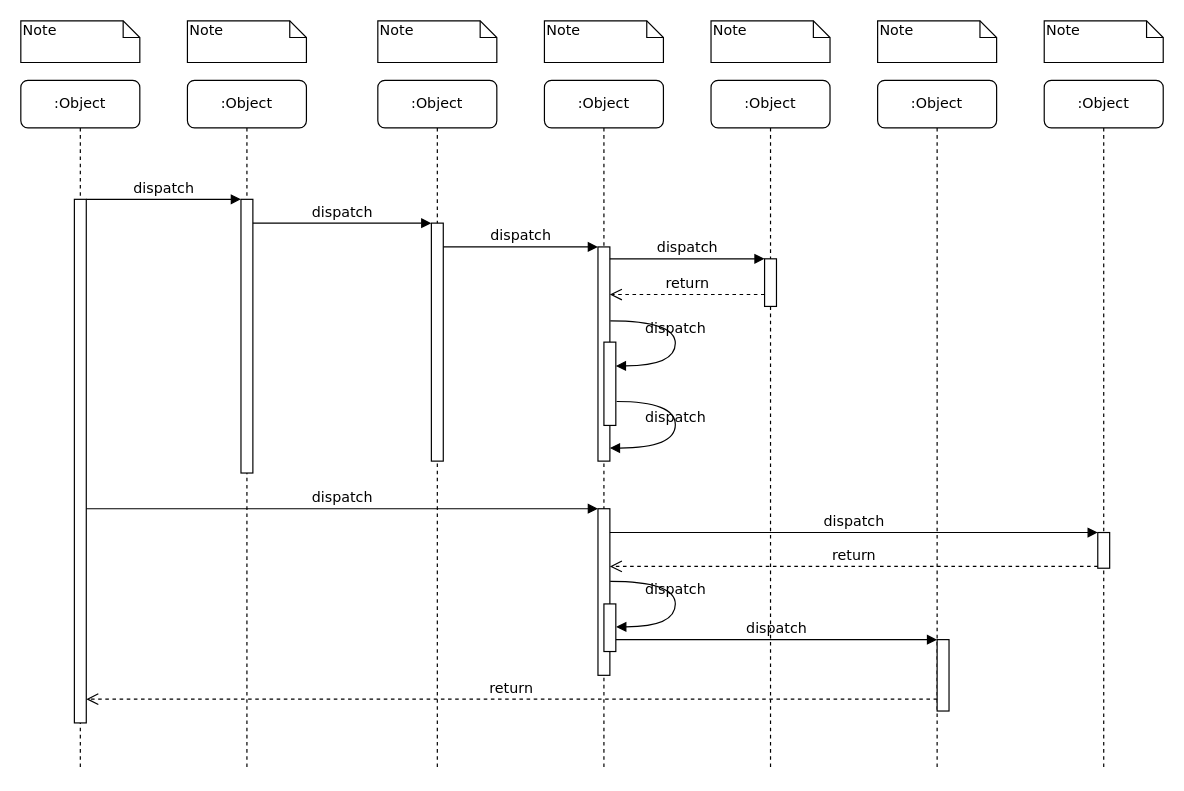
Jonty1997/personal_sources keeps this draw.io diagram as IM图片序列图.drawio. Above is the earlier version. Source tidied: cells renumbered, new cells numbered last; positions are measured from the earlier drawing's top-left corner, leaving out a move shared by most shapes. Both pictures are drawn from the tidied source at 119%, with x=0, y=0 at pixel (20, 20).
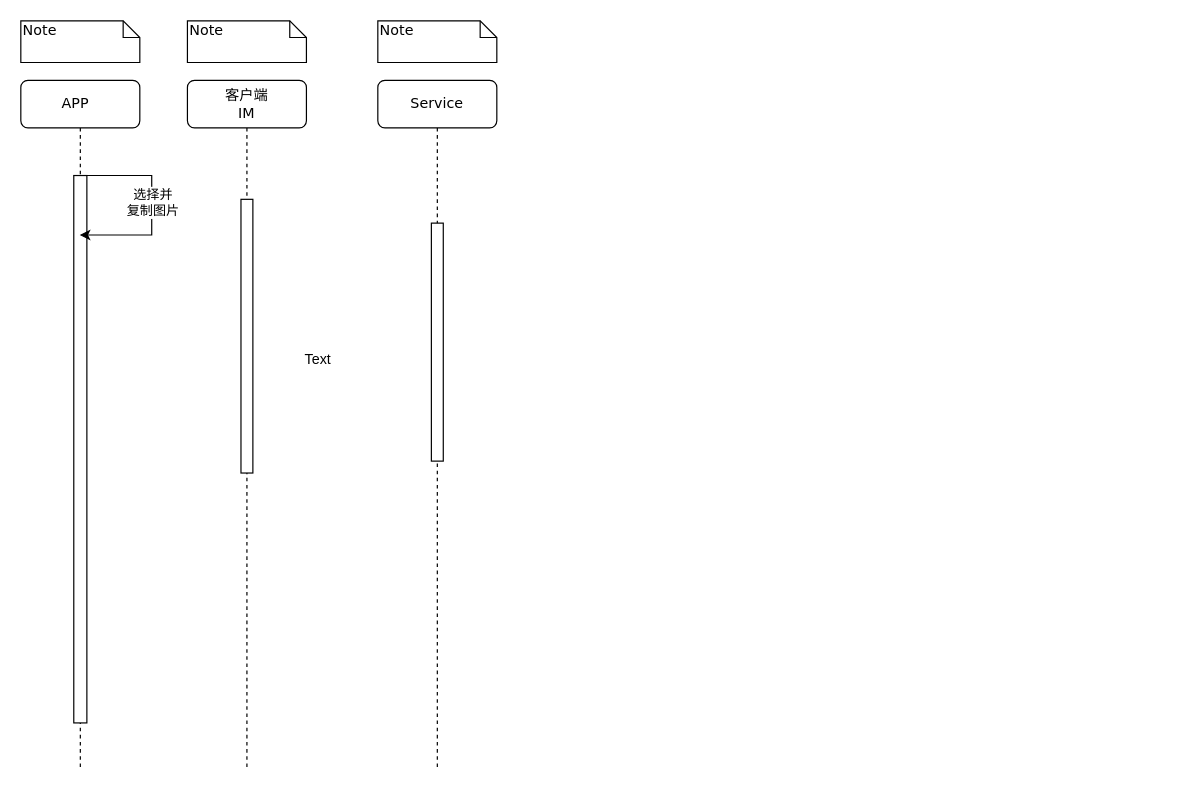
After the change.

Commit message:
更新IM图片序列图.drawio

Unchanged cells that the change refers to:
```xml
<mxCell id="3" style="html=1;points=[];perimeter=orthogonalPerimeter;rounded=0;shadow=0;comic=0;labelBackgroundColor=none;strokeWidth=1;fontFamily=Verdana;fontSize=12;align=center;" parent="2" vertex="1">
  <mxGeometry x="45" y="100" width="10" height="230" as="geometry" />
</mxCell>
<mxCell id="5" style="html=1;points=[];perimeter=orthogonalPerimeter;rounded=0;shadow=0;comic=0;labelBackgroundColor=none;strokeWidth=1;fontFamily=Verdana;fontSize=12;align=center;" parent="4" vertex="1">
  <mxGeometry x="45" y="120" width="10" height="200" as="geometry" />
</mxCell>
```

Diff of the diagram source:
```diff
@@
-    <mxCell id="2" value=":Object" style="shape=umlLifeline;perimeter=lifelinePerimeter;whiteSpace=wrap;html=1;rounded=1;shadow=0;comic=0;labelBackgroundColor=none;strokeWidth=1;fontFamily=Verdana;fontSize=12;align=center;" parent="1" vertex="1">
+    <mxCell id="2" value="客户端&lt;br&gt;IM" style="shape=umlLifeline;perimeter=lifelinePerimeter;whiteSpace=wrap;html=1;rounded=1;shadow=0;comic=0;labelBackgroundColor=none;strokeWidth=1;fontFamily=Verdana;fontSize=12;align=center;" parent="1" vertex="1">
       <mxGeometry x="140" y="50" width="100" height="580" as="geometry" />
     </mxCell>
@@
-    <mxCell id="4" value=":Object" style="shape=umlLifeline;perimeter=lifelinePerimeter;whiteSpace=wrap;html=1;rounded=1;shadow=0;comic=0;labelBackgroundColor=none;strokeWidth=1;fontFamily=Verdana;fontSize=12;align=center;" parent="1" vertex="1">
+    <mxCell id="4" value="Service" style="shape=umlLifeline;perimeter=lifelinePerimeter;whiteSpace=wrap;html=1;rounded=1;shadow=0;comic=0;labelBackgroundColor=none;strokeWidth=1;fontFamily=Verdana;fontSize=12;align=center;" parent="1" vertex="1">
       <mxGeometry x="300" y="50" width="100" height="580" as="geometry" />
     </mxCell>
@@
-    <mxCell id="6" value=":Object" style="shape=umlLifeline;perimeter=lifelinePerimeter;whiteSpace=wrap;html=1;rounded=1;shadow=0;comic=0;labelBackgroundColor=none;strokeWidth=1;fontFamily=Verdana;fontSize=12;align=center;" parent="1" vertex="1">
-      <mxGeometry x="440" y="50" width="100" height="580" as="geometry" />
-    </mxCell>
-    <mxCell id="7" value=":Object" style="shape=umlLifeline;perimeter=lifelinePerimeter;whiteSpace=wrap;html=1;rounded=1;shadow=0;comic=0;labelBackgroundColor=none;strokeWidth=1;fontFamily=Verdana;fontSize=12;align=center;" parent="1" vertex="1">
-      <mxGeometry x="580" y="50" width="100" height="580" as="geometry" />
-    </mxCell>
-    <mxCell id="8" value=":Object" style="shape=umlLifeline;perimeter=lifelinePerimeter;whiteSpace=wrap;html=1;rounded=1;shadow=0;comic=0;labelBackgroundColor=none;strokeWidth=1;fontFamily=Verdana;fontSize=12;align=center;" parent="1" vertex="1">
-      <mxGeometry x="720" y="50" width="100" height="580" as="geometry" />
-    </mxCell>
-    <mxCell id="9" value=":Object" style="shape=umlLifeline;perimeter=lifelinePerimeter;whiteSpace=wrap;html=1;rounded=1;shadow=0;comic=0;labelBackgroundColor=none;strokeWidth=1;fontFamily=Verdana;fontSize=12;align=center;" parent="1" vertex="1">
-      <mxGeometry x="860" y="50" width="100" height="580" as="geometry" />
-    </mxCell>
-    <mxCell id="10" value=":Object" style="shape=umlLifeline;perimeter=lifelinePerimeter;whiteSpace=wrap;html=1;outlineConnect=0;rounded=1;shadow=0;comic=0;labelBackgroundColor=none;strokeWidth=1;fontFamily=Verdana;fontSize=12;align=center;" parent="1" vertex="1">
+    <mxCell id="10" value="APP&lt;span style=&quot;white-space: pre;&quot;&gt;&#9;&lt;/span&gt;" style="shape=umlLifeline;perimeter=lifelinePerimeter;whiteSpace=wrap;html=1;outlineConnect=0;rounded=1;shadow=0;comic=0;labelBackgroundColor=none;strokeWidth=1;fontFamily=Verdana;fontSize=12;align=center;" parent="1" vertex="1">
       <mxGeometry y="50" width="100" height="580" as="geometry" />
     </mxCell>
     <mxCell id="11" style="html=1;points=[];perimeter=orthogonalPerimeter;rounded=0;shadow=0;comic=0;labelBackgroundColor=none;strokeWidth=1;fontFamily=Verdana;fontSize=12;align=center;" parent="10" vertex="1">
-      <mxGeometry x="45" y="100" width="10" height="440" as="geometry" />
+      <mxGeometry x="44.5" y="80" width="11" height="460" as="geometry" />
     </mxCell>
-    <mxCell id="12" style="html=1;points=[];perimeter=orthogonalPerimeter;rounded=0;shadow=0;comic=0;labelBackgroundColor=none;strokeWidth=1;fontFamily=Verdana;fontSize=12;align=center;" parent="1" vertex="1">
-      <mxGeometry x="485" y="190" width="10" height="180" as="geometry" />
-    </mxCell>
-    <mxCell id="13" value="dispatch" style="html=1;verticalAlign=bottom;endArrow=block;labelBackgroundColor=none;fontFamily=Verdana;fontSize=12;edgeStyle=elbowEdgeStyle;elbow=vertical;" parent="1" edge="1" source="5" target="12">
-      <mxGeometry relative="1" as="geometry">
-        <Array as="points">
-          <mxPoint x="360" y="190" />
-        </Array>
-      </mxGeometry>
-    </mxCell>
-    <mxCell id="14" style="html=1;points=[];perimeter=orthogonalPerimeter;rounded=0;shadow=0;comic=0;labelBackgroundColor=none;strokeWidth=1;fontFamily=Verdana;fontSize=12;align=center;" parent="1" vertex="1">
-      <mxGeometry x="625" y="200" width="10" height="40" as="geometry" />
-    </mxCell>
-    <mxCell id="15" value="dispatch" style="html=1;verticalAlign=bottom;endArrow=block;entryX=0;entryY=0;labelBackgroundColor=none;fontFamily=Verdana;fontSize=12;edgeStyle=elbowEdgeStyle;elbow=vertical;" parent="1" edge="1" source="12" target="14">
-      <mxGeometry relative="1" as="geometry" />
-    </mxCell>
-    <mxCell id="16" value="return" style="html=1;verticalAlign=bottom;endArrow=open;dashed=1;endSize=8;labelBackgroundColor=none;fontFamily=Verdana;fontSize=12;edgeStyle=elbowEdgeStyle;elbow=vertical;" parent="1" edge="1" source="14" target="12">
-      <mxGeometry relative="1" as="geometry">
-        <Array as="points">
-          <mxPoint x="570" y="230" />
-          <mxPoint x="600" y="230" />
-        </Array>
-      </mxGeometry>
-    </mxCell>
-    <mxCell id="17" style="html=1;points=[];perimeter=orthogonalPerimeter;rounded=0;shadow=0;comic=0;labelBackgroundColor=none;strokeWidth=1;fontFamily=Verdana;fontSize=12;align=center;" parent="1" vertex="1">
-      <mxGeometry x="485" y="410" width="10" height="140" as="geometry" />
-    </mxCell>
-    <mxCell id="18" value="dispatch" style="html=1;verticalAlign=bottom;endArrow=block;entryX=0;entryY=0;labelBackgroundColor=none;fontFamily=Verdana;fontSize=12;" parent="1" edge="1" source="11" target="17">
-      <mxGeometry relative="1" as="geometry" />
-    </mxCell>
-    <mxCell id="19" style="html=1;points=[];perimeter=orthogonalPerimeter;rounded=0;shadow=0;comic=0;labelBackgroundColor=none;strokeColor=#000000;strokeWidth=1;fillColor=#FFFFFF;fontFamily=Verdana;fontSize=12;fontColor=#000000;align=center;" parent="1" vertex="1">
-      <mxGeometry x="905" y="430" width="10" height="30" as="geometry" />
-    </mxCell>
-    <mxCell id="20" value="dispatch" style="html=1;verticalAlign=bottom;endArrow=block;entryX=0;entryY=0;labelBackgroundColor=none;fontFamily=Verdana;fontSize=12;" parent="1" edge="1" source="17" target="19">
-      <mxGeometry relative="1" as="geometry" />
-    </mxCell>
-    <mxCell id="21" value="return" style="html=1;verticalAlign=bottom;endArrow=open;dashed=1;endSize=8;exitX=0;exitY=0.95;labelBackgroundColor=none;fontFamily=Verdana;fontSize=12;" parent="1" edge="1" source="19" target="17">
-      <mxGeometry relative="1" as="geometry" />
-    </mxCell>
-    <mxCell id="22" style="html=1;points=[];perimeter=orthogonalPerimeter;rounded=0;shadow=0;comic=0;labelBackgroundColor=none;strokeWidth=1;fontFamily=Verdana;fontSize=12;align=center;" parent="1" vertex="1">
-      <mxGeometry x="770" y="520" width="10" height="60" as="geometry" />
-    </mxCell>
-    <mxCell id="23" value="dispatch" style="html=1;verticalAlign=bottom;endArrow=block;entryX=0;entryY=0;labelBackgroundColor=none;fontFamily=Verdana;fontSize=12;edgeStyle=elbowEdgeStyle;elbow=vertical;" parent="1" edge="1" source="30" target="22">
-      <mxGeometry relative="1" as="geometry" />
-    </mxCell>
-    <mxCell id="24" value="return" style="html=1;verticalAlign=bottom;endArrow=open;dashed=1;endSize=8;labelBackgroundColor=none;fontFamily=Verdana;fontSize=12;edgeStyle=elbowEdgeStyle;elbow=vertical;" parent="1" edge="1" source="22" target="11">
-      <mxGeometry relative="1" as="geometry">
-        <Array as="points">
-          <mxPoint x="470" y="570" />
-        </Array>
-      </mxGeometry>
-    </mxCell>
-    <mxCell id="25" value="dispatch" style="html=1;verticalAlign=bottom;endArrow=block;entryX=0;entryY=0;labelBackgroundColor=none;fontFamily=Verdana;fontSize=12;edgeStyle=elbowEdgeStyle;elbow=vertical;" parent="1" edge="1" source="11" target="3">
-      <mxGeometry relative="1" as="geometry" />
-    </mxCell>
-    <mxCell id="26" value="dispatch" style="html=1;verticalAlign=bottom;endArrow=block;entryX=0;entryY=0;labelBackgroundColor=none;fontFamily=Verdana;fontSize=12;edgeStyle=elbowEdgeStyle;elbow=vertical;" parent="1" edge="1" source="3" target="5">
-      <mxGeometry relative="1" as="geometry" />
-    </mxCell>
-    <mxCell id="27" style="html=1;points=[];perimeter=orthogonalPerimeter;rounded=0;shadow=0;comic=0;labelBackgroundColor=none;strokeWidth=1;fontFamily=Verdana;fontSize=12;align=center;" parent="1" vertex="1">
-      <mxGeometry x="490" y="270" width="10" height="70" as="geometry" />
-    </mxCell>
-    <mxCell id="28" value="dispatch" style="html=1;verticalAlign=bottom;endArrow=block;labelBackgroundColor=none;fontFamily=Verdana;fontSize=12;elbow=vertical;edgeStyle=orthogonalEdgeStyle;curved=1;entryX=1;entryY=0.286;entryPerimeter=0;exitX=1.038;exitY=0.345;exitPerimeter=0;" parent="1" edge="1" source="12" target="27">
-      <mxGeometry relative="1" as="geometry">
-        <Array as="points">
-          <mxPoint x="550" y="252" />
-          <mxPoint x="550" y="290" />
-        </Array>
-      </mxGeometry>
-    </mxCell>
-    <mxCell id="29" value="dispatch" style="html=1;verticalAlign=bottom;endArrow=block;labelBackgroundColor=none;fontFamily=Verdana;fontSize=12;elbow=vertical;edgeStyle=orthogonalEdgeStyle;curved=1;exitX=1.066;exitY=0.713;exitPerimeter=0;" parent="1" edge="1" source="27">
-      <mxGeometry relative="1" as="geometry">
-        <mxPoint x="495" y="359" as="targetPoint" />
-        <Array as="points">
-          <mxPoint x="550" y="320" />
-          <mxPoint x="550" y="359" />
-        </Array>
-      </mxGeometry>
-    </mxCell>
-    <mxCell id="30" style="html=1;points=[];perimeter=orthogonalPerimeter;rounded=0;shadow=0;comic=0;labelBackgroundColor=none;strokeWidth=1;fontFamily=Verdana;fontSize=12;align=center;" parent="1" vertex="1">
-      <mxGeometry x="490" y="490" width="10" height="40" as="geometry" />
-    </mxCell>
-    <mxCell id="31" value="dispatch" style="html=1;verticalAlign=bottom;endArrow=block;labelBackgroundColor=none;fontFamily=Verdana;fontSize=12;elbow=vertical;edgeStyle=orthogonalEdgeStyle;curved=1;entryX=1;entryY=0.286;entryPerimeter=0;exitX=1.038;exitY=0.345;exitPerimeter=0;" parent="1" edge="1">
-      <mxGeometry relative="1" as="geometry">
-        <mxPoint x="495.3" y="471" as="sourcePoint" />
-        <mxPoint x="500.3" y="509.3" as="targetPoint" />
-        <Array as="points">
-          <mxPoint x="550" y="471" />
-          <mxPoint x="550" y="509" />
-        </Array>
-      </mxGeometry>
-    </mxCell>
@@
-    <mxCell id="35" value="Note" style="shape=note;whiteSpace=wrap;html=1;size=14;verticalAlign=top;align=left;spacingTop=-6;rounded=0;shadow=0;comic=0;labelBackgroundColor=none;strokeWidth=1;fontFamily=Verdana;fontSize=12;" parent="1" vertex="1">
-      <mxGeometry x="440" width="100" height="35" as="geometry" />
-    </mxCell>
-    <mxCell id="36" value="Note" style="shape=note;whiteSpace=wrap;html=1;size=14;verticalAlign=top;align=left;spacingTop=-6;rounded=0;shadow=0;comic=0;labelBackgroundColor=none;strokeWidth=1;fontFamily=Verdana;fontSize=12;" parent="1" vertex="1">
-      <mxGeometry x="580" width="100" height="35" as="geometry" />
-    </mxCell>
-    <mxCell id="37" value="Note" style="shape=note;whiteSpace=wrap;html=1;size=14;verticalAlign=top;align=left;spacingTop=-6;rounded=0;shadow=0;comic=0;labelBackgroundColor=none;strokeWidth=1;fontFamily=Verdana;fontSize=12;" parent="1" vertex="1">
-      <mxGeometry x="720" width="100" height="35" as="geometry" />
-    </mxCell>
-    <mxCell id="38" value="Note" style="shape=note;whiteSpace=wrap;html=1;size=14;verticalAlign=top;align=left;spacingTop=-6;rounded=0;shadow=0;comic=0;labelBackgroundColor=none;strokeWidth=1;fontFamily=Verdana;fontSize=12;" parent="1" vertex="1">
-      <mxGeometry x="860" width="100" height="35" as="geometry" />
-    </mxCell>
+    <mxCell id="39" value="Text" style="text;html=1;strokeColor=none;fillColor=none;align=center;verticalAlign=middle;whiteSpace=wrap;rounded=0;" parent="1" vertex="1">
+      <mxGeometry x="220" y="270" width="60" height="30" as="geometry" />
+    </mxCell>
+    <mxCell id="40" style="endArrow=classic;html=1;rounded=0;edgeStyle=elbowEdgeStyle;" parent="1" edge="1" target="10">
+      <mxGeometry relative="1" as="geometry">
+        <mxPoint x="44.5" y="130" as="sourcePoint" />
+        <Array as="points">
+          <mxPoint x="110" y="180" />
+        </Array>
+      </mxGeometry>
+    </mxCell>
+    <mxCell id="41" value="选择并&lt;br&gt;复制图片" style="edgeLabel;html=1;align=center;verticalAlign=middle;" parent="40" vertex="1">
+      <mxGeometry relative="1" as="geometry" />
+    </mxCell>
```
